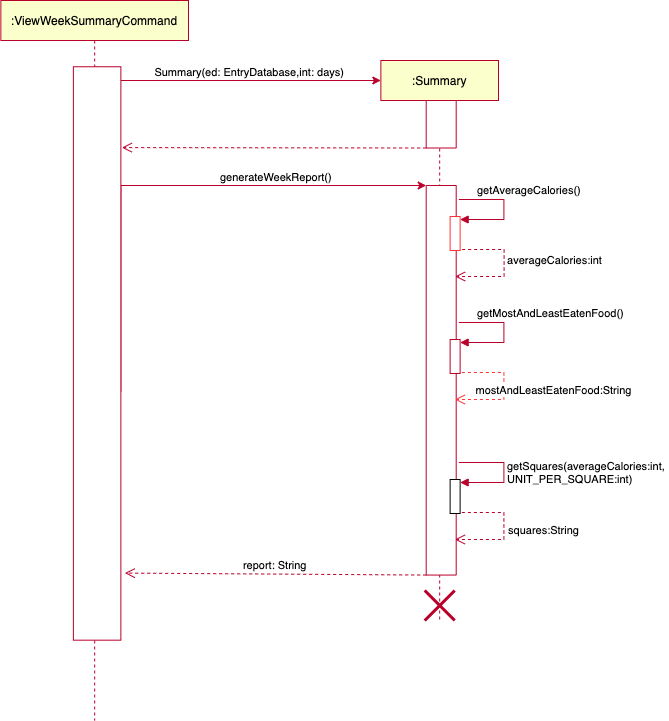
praj-bellakka/tp keeps this draw.io diagram as docs/diagrams-DG/weekly report.png. Above is the earlier version. Source tidied: cells renumbered, new cells last; positions are measured from the earlier drawing's top-left corner, leaving out a move shared by most shapes.
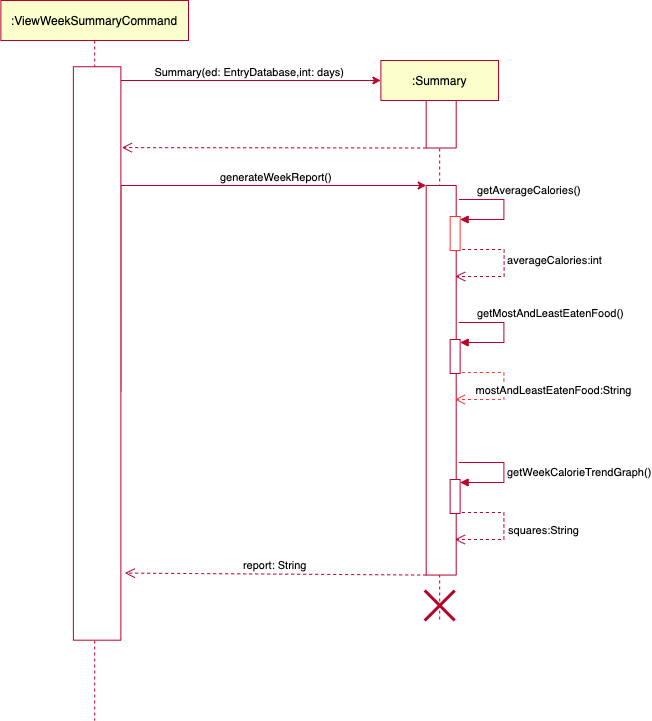
The same diagram one commit later.

The edit, as a diff of the source:
```diff
@@ -48,10 +48,10 @@
         <mxPoint x="50" y="50" as="offset" />
       </mxGeometry>
     </mxCell>
-    <mxCell id="10" style="html=1;perimeter=orthogonalPerimeter;" parent="2" vertex="1">
+    <mxCell id="10" style="html=1;perimeter=orthogonalPerimeter;strokeColor=#B9002B;" parent="2" vertex="1">
       <mxGeometry x="69.2" y="419" width="10" height="34" as="geometry" />
     </mxCell>
-    <mxCell id="11" value="getSquares(averageCalories:int, &lt;br&gt;UNIT_PER_SQUARE:int)" style="edgeStyle=orthogonalEdgeStyle;html=1;align=left;spacingLeft=2;endArrow=block;rounded=0;entryX=1;entryY=0;strokeColor=#b9002b;" parent="2" edge="1">
+    <mxCell id="11" value="getWeekCalorieTrendGraph()" style="edgeStyle=orthogonalEdgeStyle;html=1;align=left;spacingLeft=2;endArrow=block;rounded=0;entryX=1;entryY=0;strokeColor=#b9002b;" parent="2" edge="1">
       <mxGeometry x="0.01" relative="1" as="geometry">
         <mxPoint x="78" y="402" as="sourcePoint" />
         <mxPoint x="79.2" y="422" as="targetPoint" />
```
